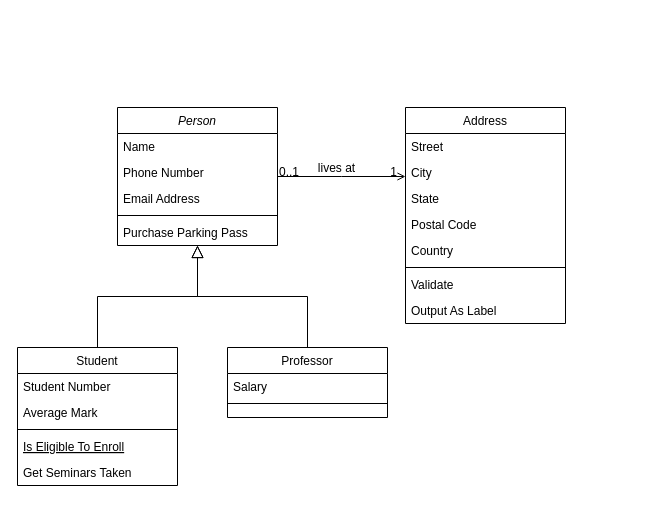
SGChebrolu/DraftWS keeps this draw.io diagram as src/design/ObserverPattern.drawio. Above is the earlier version. Source tidied: cells renumbered, new cells numbered last; positions are measured from the earlier drawing's top-left corner, leaving out a move shared by most shapes. Both pictures are drawn from the tidied source at 100%, with x=0, y=0 at pixel (17, 107).
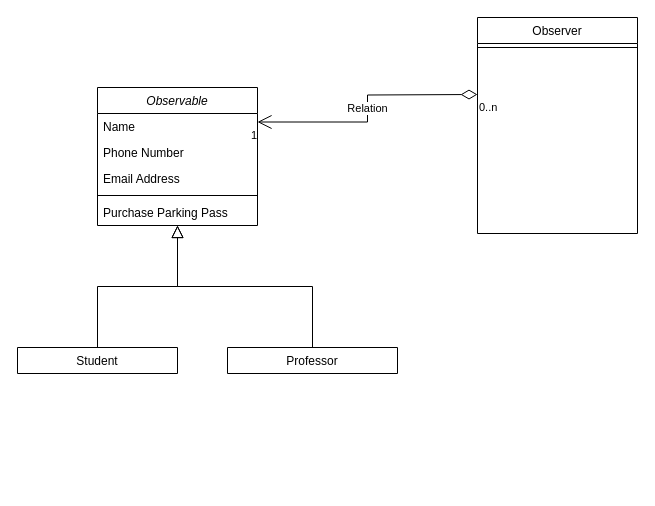
Above is the later version.

Diff of the diagram source:
```diff
@@
-    <mxCell id="2" value="Person" style="swimlane;fontStyle=2;align=center;verticalAlign=top;horizontal=1;startSize=26;rounded=0;shadow=0;strokeWidth=1;" parent="1" vertex="1">
-      <mxGeometry x="100" width="160" height="138" as="geometry" />
+    <mxCell id="2" value="Observable" style="swimlane;fontStyle=2;align=center;verticalAlign=top;horizontal=1;startSize=26;rounded=0;shadow=0;strokeWidth=1;" parent="1" vertex="1">
+      <mxGeometry x="80" y="-20" width="160" height="138" as="geometry" />
     </mxCell>
@@
-    <mxCell id="8" value="Student" style="swimlane;fontStyle=0;align=center;verticalAlign=top;horizontal=1;startSize=26;rounded=0;shadow=0;strokeWidth=1;" parent="1" vertex="1">
-      <mxGeometry y="240" width="160" height="138" as="geometry" />
+    <mxCell id="8" value="Student" style="swimlane;fontStyle=0;align=center;verticalAlign=top;horizontal=1;startSize=26;rounded=0;shadow=0;strokeWidth=1;" parent="1" vertex="1" collapsed="1">
+      <mxGeometry y="240" width="160" height="26" as="geometry" />
     </mxCell>
-    <mxCell id="9" value="Student Number" style="text;align=left;verticalAlign=top;spacingLeft=4;spacingRight=4;overflow=hidden;" parent="8" vertex="1">
-      <mxGeometry y="26" width="160" height="26" as="geometry" />
-    </mxCell>
-    <mxCell id="10" value="Average Mark" style="text;align=left;verticalAlign=top;spacingLeft=4;spacingRight=4;overflow=hidden;rounded=0;shadow=0;html=0;" parent="8" vertex="1">
-      <mxGeometry y="52" width="160" height="26" as="geometry" />
-    </mxCell>
-    <mxCell id="11" style="line;html=1;strokeWidth=1;align=left;verticalAlign=middle;spacingTop=-1;spacingLeft=3;spacingRight=3;labelPosition=right;" parent="8" vertex="1">
-      <mxGeometry y="78" width="160" height="8" as="geometry" />
-    </mxCell>
-    <mxCell id="12" value="Is Eligible To Enroll" style="text;align=left;verticalAlign=top;spacingLeft=4;spacingRight=4;overflow=hidden;fontStyle=4;" parent="8" vertex="1">
-      <mxGeometry y="86" width="160" height="26" as="geometry" />
-    </mxCell>
-    <mxCell id="13" value="Get Seminars Taken" style="text;align=left;verticalAlign=top;spacingLeft=4;spacingRight=4;overflow=hidden;" parent="8" vertex="1">
-      <mxGeometry y="112" width="160" height="26" as="geometry" />
-    </mxCell>
@@
-    <mxCell id="15" value="Professor" style="swimlane;fontStyle=0;align=center;verticalAlign=top;horizontal=1;startSize=26;rounded=0;shadow=0;strokeWidth=1;" parent="1" vertex="1">
-      <mxGeometry x="210" y="240" width="160" height="70" as="geometry" />
+    <mxCell id="15" value="Professor" style="swimlane;fontStyle=0;align=center;verticalAlign=top;horizontal=1;startSize=26;rounded=0;shadow=0;strokeWidth=1;" parent="1" vertex="1" collapsed="1">
+      <mxGeometry x="210" y="240" width="170" height="26" as="geometry" />
     </mxCell>
-    <mxCell id="16" value="Salary" style="text;align=left;verticalAlign=top;spacingLeft=4;spacingRight=4;overflow=hidden;" parent="15" vertex="1">
-      <mxGeometry y="26" width="160" height="26" as="geometry" />
-    </mxCell>
-    <mxCell id="17" style="line;html=1;strokeWidth=1;align=left;verticalAlign=middle;spacingTop=-1;spacingLeft=3;spacingRight=3;labelPosition=right;" parent="15" vertex="1">
-      <mxGeometry y="52" width="160" height="8" as="geometry" />
-    </mxCell>
@@
-    <mxCell id="19" value="Address" style="swimlane;fontStyle=0;align=center;verticalAlign=top;horizontal=1;startSize=26;rounded=0;shadow=0;strokeWidth=1;" parent="1" vertex="1">
-      <mxGeometry x="388" width="160" height="216" as="geometry" />
+    <mxCell id="19" value="Observer" style="swimlane;fontStyle=0;align=center;verticalAlign=top;horizontal=1;startSize=26;rounded=0;shadow=0;strokeWidth=1;" parent="1" vertex="1">
+      <mxGeometry x="460" y="-90" width="160" height="216" as="geometry" />
     </mxCell>
-    <mxCell id="20" value="Street" style="text;align=left;verticalAlign=top;spacingLeft=4;spacingRight=4;overflow=hidden;" parent="19" vertex="1">
-      <mxGeometry y="26" width="160" height="26" as="geometry" />
-    </mxCell>
-    <mxCell id="21" value="City" style="text;align=left;verticalAlign=top;spacingLeft=4;spacingRight=4;overflow=hidden;rounded=0;shadow=0;html=0;" parent="19" vertex="1">
-      <mxGeometry y="52" width="160" height="26" as="geometry" />
-    </mxCell>
-    <mxCell id="22" value="State" style="text;align=left;verticalAlign=top;spacingLeft=4;spacingRight=4;overflow=hidden;rounded=0;shadow=0;html=0;" parent="19" vertex="1">
-      <mxGeometry y="78" width="160" height="26" as="geometry" />
-    </mxCell>
-    <mxCell id="23" value="Postal Code" style="text;align=left;verticalAlign=top;spacingLeft=4;spacingRight=4;overflow=hidden;rounded=0;shadow=0;html=0;" parent="19" vertex="1">
-      <mxGeometry y="104" width="160" height="26" as="geometry" />
-    </mxCell>
-    <mxCell id="24" value="Country" style="text;align=left;verticalAlign=top;spacingLeft=4;spacingRight=4;overflow=hidden;rounded=0;shadow=0;html=0;" parent="19" vertex="1">
-      <mxGeometry y="130" width="160" height="26" as="geometry" />
-    </mxCell>
     <mxCell id="25" style="line;html=1;strokeWidth=1;align=left;verticalAlign=middle;spacingTop=-1;spacingLeft=3;spacingRight=3;labelPosition=right;" parent="19" vertex="1">
-      <mxGeometry y="156" width="160" height="8" as="geometry" />
+      <mxGeometry y="26" width="160" height="8" as="geometry" />
     </mxCell>
-    <mxCell id="26" value="Validate" style="text;align=left;verticalAlign=top;spacingLeft=4;spacingRight=4;overflow=hidden;" parent="19" vertex="1">
-      <mxGeometry y="164" width="160" height="26" as="geometry" />
-    </mxCell>
-    <mxCell id="27" value="Output As Label" style="text;align=left;verticalAlign=top;spacingLeft=4;spacingRight=4;overflow=hidden;" parent="19" vertex="1">
-      <mxGeometry y="190" width="160" height="26" as="geometry" />
-    </mxCell>
-    <mxCell id="28" style="endArrow=open;shadow=0;strokeWidth=1;rounded=0;endFill=1;edgeStyle=elbowEdgeStyle;elbow=vertical;" parent="1" edge="1" source="2" target="19">
-      <mxGeometry x="0.5" y="41" relative="1" as="geometry">
-        <mxPoint x="-40" y="32" as="offset" />
-      </mxGeometry>
-    </mxCell>
-    <mxCell id="29" value="0..1" style="align=left;verticalAlign=bottom;labelBackgroundColor=none;fontSize=12;" parent="28" vertex="1">
-      <mxGeometry x="-1" relative="1" as="geometry">
-        <mxPoint y="4" as="offset" />
-      </mxGeometry>
-    </mxCell>
+    <mxCell id="32" value="Relation" style="endArrow=open;html=1;endSize=12;startArrow=diamondThin;startSize=14;startFill=0;edgeStyle=orthogonalEdgeStyle;rounded=0;entryX=1;entryY=0.25;entryDx=0;entryDy=0;" parent="1" edge="1" target="2">
+      <mxGeometry relative="1" as="geometry">
+        <mxPoint x="460" y="-13" as="sourcePoint" />
+      </mxGeometry>
+    </mxCell>
+    <mxCell id="33" value="0..n" style="edgeLabel;html=1;align=left;verticalAlign=top;" parent="32" vertex="1">
+      <mxGeometry x="-1" relative="1" as="geometry" />
+    </mxCell>
-    <mxCell id="30" value="1" style="align=right;verticalAlign=bottom;labelBackgroundColor=none;fontSize=12;" parent="28" vertex="1">
-      <mxGeometry x="1" relative="1" as="geometry">
-        <mxPoint x="-7" y="4" as="offset" />
-      </mxGeometry>
+    <mxCell id="30" value="1" style="edgeLabel;html=1;align=right;verticalAlign=top;" parent="32" vertex="1">
+      <mxGeometry x="1" relative="1" as="geometry" />
     </mxCell>
-    <mxCell id="31" value="lives at" style="text;html=1;align=center;verticalAlign=middle;labelBackgroundColor=none;rounded=0;shadow=0;strokeWidth=1;fontSize=12;" parent="28" vertex="1">
-      <mxGeometry x="0.5" y="49" relative="1" as="geometry">
-        <mxPoint x="-38" y="40" as="offset" />
-      </mxGeometry>
-    </mxCell>
```
